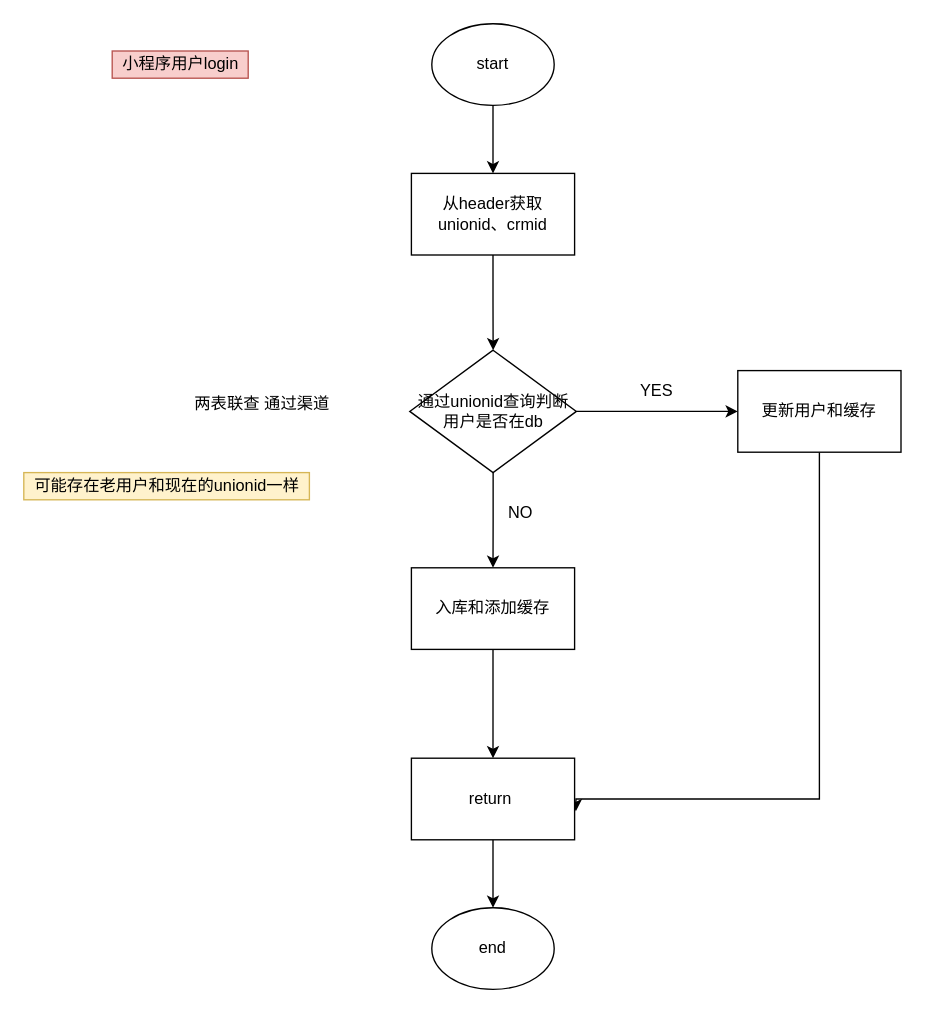
This is miniprojectlogin.drawio from FocusZhouGD/drawprogram, a draw.io file, before an edit. Source tidied: cells renumbered, new cells numbered last; positions are measured from the earlier drawing's top-left corner, leaving out a move shared by most shapes. Both pictures are drawn from the tidied source at 136%, with x=0, y=0 at pixel (23, 23).
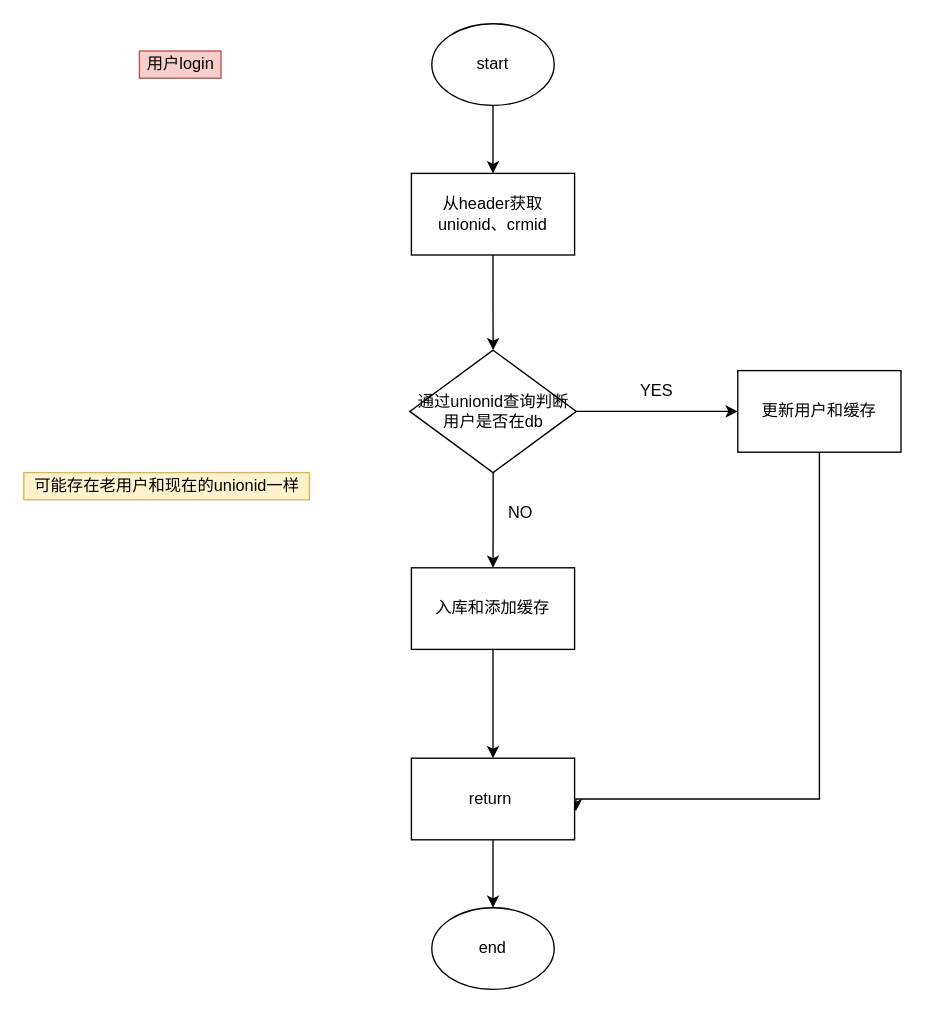
After the change.

What changed in the source:
```diff
@@
-    <mxCell id="18" value="小程序用户login" style="text;html=1;align=center;verticalAlign=middle;strokeColor=#b85450;fillColor=#f8cecc;" parent="1" vertex="1">
-      <mxGeometry x="65" y="20" width="100" height="20" as="geometry" />
+    <mxCell id="18" value="用户login" style="text;html=1;align=center;verticalAlign=middle;strokeColor=#b85450;fillColor=#f8cecc;" parent="1" vertex="1">
+      <mxGeometry x="85" y="20" width="60" height="20" as="geometry" />
     </mxCell>
-    <mxCell id="19" value="两表联查 通过渠道" style="text;html=1;align=center;verticalAlign=middle;strokeColor=none;" parent="1" vertex="1">
-      <mxGeometry x="120" y="270" width="110" height="20" as="geometry" />
-    </mxCell>
```
